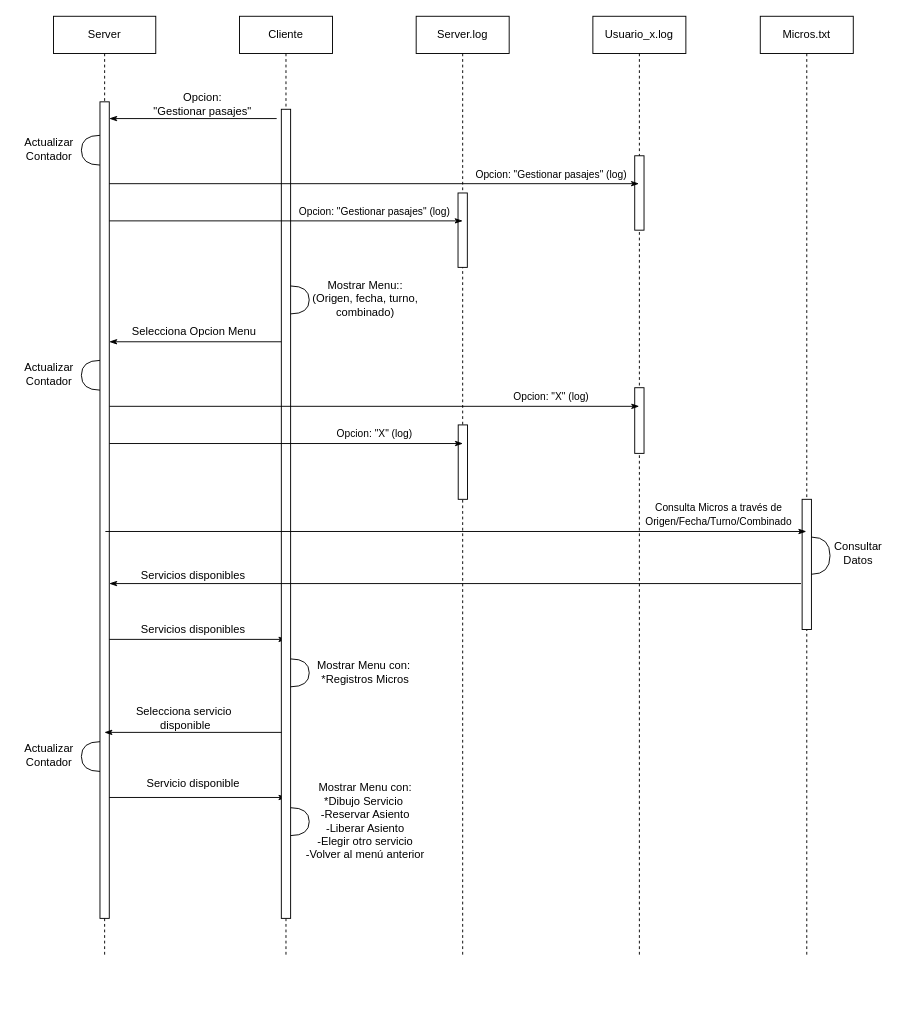
Before: Nico Trezza - Santiago Martinez/Gestionar Pasajes.drawio in sanchezantelo/TP-Redes, a draw.io diagram. Source tidied: cells renumbered, new cells numbered last; positions are measured from the earlier drawing's top-left corner, leaving out a move shared by most shapes. Both pictures are drawn from the tidied source at 93%, with x=0, y=0 at pixel (16, 16).
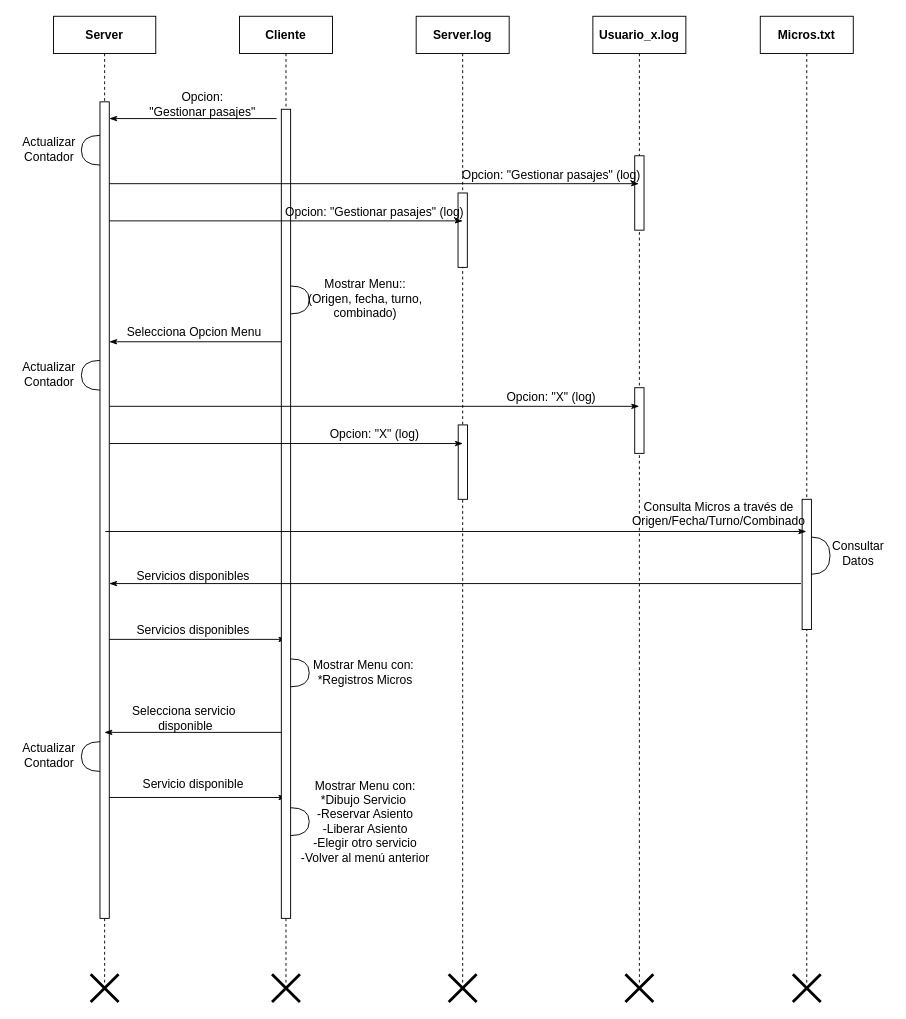
The same diagram, later.

The edit, as a diff of the source:
```diff
@@
-    <mxCell id="2" value="Server" style="shape=umlLifeline;perimeter=lifelinePerimeter;whiteSpace=wrap;html=1;" parent="1" vertex="1">
-      <mxGeometry x="40" width="110" height="1010" as="geometry" />
+    <mxCell id="2" value="Server" style="shape=umlLifeline;perimeter=lifelinePerimeter;whiteSpace=wrap;html=1;fontStyle=1;fontSize=13;" parent="1" vertex="1">
+      <mxGeometry x="40" width="110" height="1040" as="geometry" />
     </mxCell>
-    <mxCell id="3" style="html=1;perimeter=orthogonalPerimeter;rounded=0;shadow=0;comic=0;labelBackgroundColor=none;strokeWidth=1;fontFamily=Verdana;fontSize=12;align=center;" parent="2" vertex="1">
+    <mxCell id="3" style="html=1;perimeter=orthogonalPerimeter;rounded=0;shadow=0;comic=0;labelBackgroundColor=none;strokeWidth=1;fontFamily=Verdana;fontSize=13;align=center;" parent="2" vertex="1">
       <mxGeometry x="50" y="92" width="10" height="878" as="geometry" />
     </mxCell>
-    <mxCell id="4" style="endArrow=none;html=1;rounded=0;startArrow=classicThin;startFill=1;" parent="2" edge="1">
+    <mxCell id="4" style="endArrow=none;html=1;rounded=0;startArrow=classicThin;startFill=1;fontSize=13;" parent="2" edge="1">
       <mxGeometry relative="1" as="geometry">
         <mxPoint x="60" y="350" as="sourcePoint" />
         <mxPoint x="250.5" y="350" as="targetPoint" />
       </mxGeometry>
     </mxCell>
-    <mxCell id="5" style="endArrow=classicThin;html=1;rounded=0;startArrow=none;startFill=0;endFill=1;" parent="2" edge="1">
+    <mxCell id="5" style="endArrow=classicThin;html=1;rounded=0;startArrow=none;startFill=0;endFill=1;fontSize=13;" parent="2" edge="1">
       <mxGeometry relative="1" as="geometry">
         <mxPoint x="60" y="670" as="sourcePoint" />
         <mxPoint x="250.5" y="670" as="targetPoint" />
       </mxGeometry>
     </mxCell>
-    <mxCell id="6" style="endArrow=classicThin;html=1;rounded=0;startArrow=none;startFill=0;endFill=1;" parent="2" edge="1">
+    <mxCell id="6" style="endArrow=classicThin;html=1;rounded=0;startArrow=none;startFill=0;endFill=1;fontSize=13;" parent="2" edge="1">
       <mxGeometry relative="1" as="geometry">
         <mxPoint x="60" y="840" as="sourcePoint" />
         <mxPoint x="250.5" y="840" as="targetPoint" />
       </mxGeometry>
     </mxCell>
-    <mxCell id="7" value="Cliente" style="shape=umlLifeline;perimeter=lifelinePerimeter;whiteSpace=wrap;html=1;" parent="1" vertex="1">
-      <mxGeometry x="240" width="100" height="1010" as="geometry" />
+    <mxCell id="7" value="Cliente" style="shape=umlLifeline;perimeter=lifelinePerimeter;whiteSpace=wrap;html=1;fontStyle=1;fontSize=13;" parent="1" vertex="1">
+      <mxGeometry x="240" width="100" height="1040" as="geometry" />
     </mxCell>
-    <mxCell id="8" style="html=1;perimeter=orthogonalPerimeter;rounded=0;shadow=0;comic=0;labelBackgroundColor=none;strokeWidth=1;fontFamily=Verdana;fontSize=12;align=center;" parent="7" vertex="1">
+    <mxCell id="8" style="html=1;perimeter=orthogonalPerimeter;rounded=0;shadow=0;comic=0;labelBackgroundColor=none;strokeWidth=1;fontFamily=Verdana;fontSize=13;align=center;" parent="7" vertex="1">
       <mxGeometry x="45" y="100" width="10" height="870" as="geometry" />
     </mxCell>
-    <mxCell id="9" style="shape=requiredInterface;html=1;verticalLabelPosition=bottom;rotation=0;" parent="7" vertex="1">
+    <mxCell id="9" style="shape=requiredInterface;html=1;verticalLabelPosition=bottom;rotation=0;fontSize=13;" parent="7" vertex="1">
       <mxGeometry x="55" y="290" width="20" height="30" as="geometry" />
     </mxCell>
-    <mxCell id="10" value="Server.log" style="shape=umlLifeline;perimeter=lifelinePerimeter;whiteSpace=wrap;html=1;" parent="1" vertex="1">
-      <mxGeometry x="430" width="100" height="1010" as="geometry" />
+    <mxCell id="10" value="Server.log" style="shape=umlLifeline;perimeter=lifelinePerimeter;whiteSpace=wrap;html=1;fontStyle=1;fontSize=13;" parent="1" vertex="1">
+      <mxGeometry x="430" width="100" height="1040" as="geometry" />
     </mxCell>
-    <mxCell id="11" style="html=1;perimeter=orthogonalPerimeter;rounded=0;shadow=0;comic=0;labelBackgroundColor=none;strokeWidth=1;fontFamily=Verdana;fontSize=12;align=center;" parent="10" vertex="1">
+    <mxCell id="11" style="html=1;perimeter=orthogonalPerimeter;rounded=0;shadow=0;comic=0;labelBackgroundColor=none;strokeWidth=1;fontFamily=Verdana;fontSize=13;align=center;" parent="10" vertex="1">
       <mxGeometry x="45" y="190" width="10" height="80" as="geometry" />
     </mxCell>
-    <mxCell id="12" style="html=1;perimeter=orthogonalPerimeter;rounded=0;shadow=0;comic=0;labelBackgroundColor=none;strokeWidth=1;fontFamily=Verdana;fontSize=12;align=center;" parent="10" vertex="1">
+    <mxCell id="12" style="html=1;perimeter=orthogonalPerimeter;rounded=0;shadow=0;comic=0;labelBackgroundColor=none;strokeWidth=1;fontFamily=Verdana;fontSize=13;align=center;" parent="10" vertex="1">
       <mxGeometry x="45.2" y="439.4" width="10" height="80" as="geometry" />
     </mxCell>
-    <mxCell id="13" value="Usuario_x.log" style="shape=umlLifeline;perimeter=lifelinePerimeter;whiteSpace=wrap;html=1;" parent="1" vertex="1">
-      <mxGeometry x="620" width="100" height="1010" as="geometry" />
+    <mxCell id="13" value="Usuario_x.log" style="shape=umlLifeline;perimeter=lifelinePerimeter;whiteSpace=wrap;html=1;fontStyle=1;fontSize=13;" parent="1" vertex="1">
+      <mxGeometry x="620" width="100" height="1040" as="geometry" />
     </mxCell>
-    <mxCell id="14" style="html=1;perimeter=orthogonalPerimeter;rounded=0;shadow=0;comic=0;labelBackgroundColor=none;strokeWidth=1;fontFamily=Verdana;fontSize=12;align=center;" parent="13" vertex="1">
+    <mxCell id="14" style="html=1;perimeter=orthogonalPerimeter;rounded=0;shadow=0;comic=0;labelBackgroundColor=none;strokeWidth=1;fontFamily=Verdana;fontSize=13;align=center;" parent="13" vertex="1">
       <mxGeometry x="45" y="150" width="10" height="80" as="geometry" />
     </mxCell>
-    <mxCell id="15" style="html=1;perimeter=orthogonalPerimeter;rounded=0;shadow=0;comic=0;labelBackgroundColor=none;strokeWidth=1;fontFamily=Verdana;fontSize=12;align=center;" parent="13" vertex="1">
+    <mxCell id="15" style="html=1;perimeter=orthogonalPerimeter;rounded=0;shadow=0;comic=0;labelBackgroundColor=none;strokeWidth=1;fontFamily=Verdana;fontSize=13;align=center;" parent="13" vertex="1">
       <mxGeometry x="45" y="399.4" width="10" height="70.6" as="geometry" />
     </mxCell>
-    <mxCell id="16" value="Micros.txt" style="shape=umlLifeline;perimeter=lifelinePerimeter;whiteSpace=wrap;html=1;outlineConnect=0;" parent="1" vertex="1">
-      <mxGeometry x="800" width="100" height="1010" as="geometry" />
+    <mxCell id="16" value="Micros.txt" style="shape=umlLifeline;perimeter=lifelinePerimeter;whiteSpace=wrap;html=1;outlineConnect=0;fontStyle=1;fontSize=13;" parent="1" vertex="1">
+      <mxGeometry x="800" width="100" height="1040" as="geometry" />
     </mxCell>
-    <mxCell id="17" style="html=1;perimeter=orthogonalPerimeter;rounded=0;shadow=0;comic=0;labelBackgroundColor=none;strokeWidth=1;fontFamily=Verdana;fontSize=12;align=center;" parent="16" vertex="1">
+    <mxCell id="17" style="html=1;perimeter=orthogonalPerimeter;rounded=0;shadow=0;comic=0;labelBackgroundColor=none;strokeWidth=1;fontFamily=Verdana;fontSize=13;align=center;" parent="16" vertex="1">
       <mxGeometry x="45" y="519.4" width="10" height="140" as="geometry" />
     </mxCell>
-    <mxCell id="18" style="shape=requiredInterface;html=1;verticalLabelPosition=bottom;rotation=0;" parent="16" vertex="1">
+    <mxCell id="18" style="shape=requiredInterface;html=1;verticalLabelPosition=bottom;rotation=0;fontSize=13;" parent="16" vertex="1">
       <mxGeometry x="55" y="560" width="20" height="40" as="geometry" />
     </mxCell>
-    <mxCell id="19" value="Opcion: &lt;br&gt;&quot;Gestionar pasajes&quot;" style="text;html=1;align=center;verticalAlign=middle;" parent="1" vertex="1">
-      <mxGeometry x="140" y="80" width="120" height="30" as="geometry" />
+    <mxCell id="19" value="Opcion: &lt;br style=&quot;font-size: 13px;&quot;&gt;&quot;Gestionar pasajes&quot;" style="text;html=1;align=center;verticalAlign=middle;fontSize=13;" parent="1" vertex="1">
+      <mxGeometry x="135" y="75" width="130" height="40" as="geometry" />
     </mxCell>
-    <mxCell id="20" style="endArrow=classicThin;html=1;rounded=0;startArrow=none;startFill=0;endFill=1;" parent="1" edge="1">
+    <mxCell id="20" style="endArrow=classicThin;html=1;rounded=0;startArrow=none;startFill=0;endFill=1;fontSize=13;" parent="1" edge="1">
       <mxGeometry relative="1" as="geometry">
         <mxPoint x="100" y="180" as="sourcePoint" />
         <mxPoint x="669.5" y="180" as="targetPoint" />
       </mxGeometry>
     </mxCell>
-    <mxCell id="21" value="&lt;font style=&quot;font-size: 11px&quot;&gt;Opcion:&amp;nbsp;&quot;Gestionar pasajes&quot;&amp;nbsp;(log)&lt;/font&gt;" style="text;html=1;align=center;verticalAlign=middle;" parent="1" vertex="1">
-      <mxGeometry x="485" y="160" width="180" height="20" as="geometry" />
+    <mxCell id="21" value="&lt;font style=&quot;font-size: 13px;&quot;&gt;Opcion:&amp;nbsp;&quot;Gestionar pasajes&quot;&amp;nbsp;(log)&lt;/font&gt;" style="text;html=1;align=center;verticalAlign=middle;fontSize=13;" parent="1" vertex="1">
+      <mxGeometry x="470" y="160" width="210" height="20" as="geometry" />
     </mxCell>
-    <mxCell id="22" style="endArrow=classicThin;html=1;rounded=0;startArrow=none;startFill=0;endFill=1;" parent="1" edge="1">
+    <mxCell id="22" style="endArrow=classicThin;html=1;rounded=0;startArrow=none;startFill=0;endFill=1;fontSize=13;" parent="1" edge="1">
       <mxGeometry relative="1" as="geometry">
         <mxPoint x="100" y="220" as="sourcePoint" />
         <mxPoint x="480" y="220" as="targetPoint" />
       </mxGeometry>
     </mxCell>
-    <mxCell id="23" style="shape=requiredInterface;html=1;verticalLabelPosition=bottom;rotation=-180;" parent="1" vertex="1">
+    <mxCell id="23" style="shape=requiredInterface;html=1;verticalLabelPosition=bottom;rotation=-180;fontSize=13;" parent="1" vertex="1">
       <mxGeometry x="70" y="128" width="20" height="32" as="geometry" />
     </mxCell>
-    <mxCell id="24" value="Actualizar &lt;br&gt;Contador" style="text;html=1;align=center;verticalAlign=middle;" parent="1" vertex="1">
-      <mxGeometry y="128" width="70" height="30" as="geometry" />
+    <mxCell id="24" value="Actualizar &lt;br style=&quot;font-size: 13px;&quot;&gt;Contador" style="text;html=1;align=center;verticalAlign=middle;fontSize=13;" parent="1" vertex="1">
+      <mxGeometry y="123" width="70" height="40" as="geometry" />
     </mxCell>
-    <mxCell id="25" style="endArrow=none;html=1;rounded=0;startArrow=classicThin;startFill=1;" parent="1" edge="1">
+    <mxCell id="25" style="endArrow=none;html=1;rounded=0;startArrow=classicThin;startFill=1;fontSize=13;" parent="1" edge="1">
       <mxGeometry relative="1" as="geometry">
         <mxPoint x="100" y="110" as="sourcePoint" />
         <mxPoint x="280" y="110" as="targetPoint" />
       </mxGeometry>
     </mxCell>
-    <mxCell id="26" value="&lt;font style=&quot;font-size: 11px&quot;&gt;Opcion:&amp;nbsp;&quot;Gestionar pasajes&quot;&amp;nbsp;(log)&lt;/font&gt;" style="text;html=1;align=center;verticalAlign=middle;" parent="1" vertex="1">
-      <mxGeometry x="295" y="200" width="180" height="20" as="geometry" />
+    <mxCell id="26" value="&lt;font style=&quot;font-size: 13px;&quot;&gt;Opcion:&amp;nbsp;&quot;Gestionar pasajes&quot;&amp;nbsp;(log)&lt;/font&gt;" style="text;html=1;align=center;verticalAlign=middle;fontSize=13;" parent="1" vertex="1">
+      <mxGeometry x="280" y="200" width="210" height="20" as="geometry" />
     </mxCell>
-    <mxCell id="27" value="Mostrar Menu::&lt;br&gt;(Origen, fecha, turno, &lt;br&gt;combinado)" style="text;html=1;align=center;verticalAlign=middle;" parent="1" vertex="1">
-      <mxGeometry x="310" y="279" width="130" height="50" as="geometry" />
+    <mxCell id="27" value="Mostrar Menu::&lt;br style=&quot;font-size: 13px;&quot;&gt;(Origen, fecha, turno, &lt;br style=&quot;font-size: 13px;&quot;&gt;combinado)" style="text;html=1;align=center;verticalAlign=middle;fontSize=13;" parent="1" vertex="1">
+      <mxGeometry x="305" y="279" width="140" height="50" as="geometry" />
     </mxCell>
-    <mxCell id="28" value="Selecciona Opcion Menu" style="text;html=1;align=center;verticalAlign=middle;" parent="1" vertex="1">
-      <mxGeometry x="116" y="329" width="150" height="20" as="geometry" />
+    <mxCell id="28" value="Selecciona Opcion Menu" style="text;html=1;align=center;verticalAlign=middle;fontSize=13;" parent="1" vertex="1">
+      <mxGeometry x="111" y="329" width="160" height="20" as="geometry" />
     </mxCell>
-    <mxCell id="29" style="shape=requiredInterface;html=1;verticalLabelPosition=bottom;rotation=-180;" parent="1" vertex="1">
+    <mxCell id="29" style="shape=requiredInterface;html=1;verticalLabelPosition=bottom;rotation=-180;fontSize=13;" parent="1" vertex="1">
       <mxGeometry x="70" y="370" width="20" height="32" as="geometry" />
     </mxCell>
-    <mxCell id="30" value="Actualizar &lt;br&gt;Contador" style="text;html=1;align=center;verticalAlign=middle;" parent="1" vertex="1">
-      <mxGeometry y="370" width="70" height="30" as="geometry" />
+    <mxCell id="30" value="Actualizar &lt;br style=&quot;font-size: 13px;&quot;&gt;Contador" style="text;html=1;align=center;verticalAlign=middle;fontSize=13;" parent="1" vertex="1">
+      <mxGeometry y="365" width="70" height="40" as="geometry" />
     </mxCell>
-    <mxCell id="31" style="endArrow=classicThin;html=1;rounded=0;startArrow=none;startFill=0;endFill=1;" parent="1" edge="1">
+    <mxCell id="31" style="endArrow=classicThin;html=1;rounded=0;startArrow=none;startFill=0;endFill=1;fontSize=13;" parent="1" edge="1">
       <mxGeometry relative="1" as="geometry">
         <mxPoint x="100.2" y="419.4" as="sourcePoint" />
         <mxPoint x="669.8" y="419.4" as="targetPoint" />
       </mxGeometry>
     </mxCell>
-    <mxCell id="32" value="&lt;font style=&quot;font-size: 11px&quot;&gt;Opcion:&amp;nbsp;&quot;X&quot;&amp;nbsp;(log)&lt;/font&gt;" style="text;html=1;align=center;verticalAlign=middle;" parent="1" vertex="1">
-      <mxGeometry x="525.2" y="399.4" width="100" height="20" as="geometry" />
+    <mxCell id="32" value="&lt;font style=&quot;font-size: 13px;&quot;&gt;Opcion:&amp;nbsp;&quot;X&quot;&amp;nbsp;(log)&lt;/font&gt;" style="text;html=1;align=center;verticalAlign=middle;fontSize=13;" parent="1" vertex="1">
+      <mxGeometry x="520.2" y="399.4" width="110" height="20" as="geometry" />
     </mxCell>
-    <mxCell id="33" style="endArrow=classicThin;html=1;rounded=0;startArrow=none;startFill=0;endFill=1;" parent="1" edge="1">
+    <mxCell id="33" style="endArrow=classicThin;html=1;rounded=0;startArrow=none;startFill=0;endFill=1;fontSize=13;" parent="1" edge="1">
       <mxGeometry relative="1" as="geometry">
         <mxPoint x="100.2" y="459.4" as="sourcePoint" />
         <mxPoint x="480.2" y="459.4" as="targetPoint" />
       </mxGeometry>
     </mxCell>
-    <mxCell id="34" value="&lt;font style=&quot;font-size: 11px&quot;&gt;Opcion:&amp;nbsp;&quot;X&quot;&amp;nbsp;(log)&lt;/font&gt;" style="text;html=1;align=center;verticalAlign=middle;" parent="1" vertex="1">
-      <mxGeometry x="335.2" y="439.4" width="100" height="20" as="geometry" />
+    <mxCell id="34" value="&lt;font style=&quot;font-size: 13px;&quot;&gt;Opcion:&amp;nbsp;&quot;X&quot;&amp;nbsp;(log)&lt;/font&gt;" style="text;html=1;align=center;verticalAlign=middle;fontSize=13;" parent="1" vertex="1">
+      <mxGeometry x="330.2" y="439.4" width="110" height="20" as="geometry" />
     </mxCell>
-    <mxCell id="35" style="endArrow=classicThin;html=1;rounded=0;startArrow=none;startFill=0;endFill=1;" parent="1" edge="1" target="16">
+    <mxCell id="35" style="endArrow=classicThin;html=1;rounded=0;startArrow=none;startFill=0;endFill=1;fontSize=13;" parent="1" edge="1" target="16">
       <mxGeometry relative="1" as="geometry">
         <mxPoint x="95.8" y="554" as="sourcePoint" />
       </mxGeometry>
     </mxCell>
-    <mxCell id="36" value="&lt;font style=&quot;font-size: 11px&quot;&gt;Consulta Micros a través de &lt;br&gt;Origen/Fecha/Turno/Combinado&lt;/font&gt;" style="text;html=1;align=center;verticalAlign=middle;" parent="1" vertex="1">
-      <mxGeometry x="670" y="520" width="170" height="30" as="geometry" />
+    <mxCell id="36" value="&lt;font style=&quot;font-size: 13px;&quot;&gt;Consulta Micros a través de &lt;br style=&quot;font-size: 13px;&quot;&gt;Origen/Fecha/Turno/Combinado&lt;/font&gt;" style="text;html=1;align=center;verticalAlign=middle;fontSize=13;" parent="1" vertex="1">
+      <mxGeometry x="655" y="515" width="200" height="40" as="geometry" />
     </mxCell>
-    <mxCell id="37" value="Consultar &lt;br&gt;Datos" style="text;html=1;align=center;verticalAlign=middle;" parent="1" vertex="1">
-      <mxGeometry x="870" y="562" width="70" height="30" as="geometry" />
+    <mxCell id="37" value="Consultar &lt;br style=&quot;font-size: 13px;&quot;&gt;Datos" style="text;html=1;align=center;verticalAlign=middle;fontSize=13;" parent="1" vertex="1">
+      <mxGeometry x="870" y="557" width="70" height="40" as="geometry" />
     </mxCell>
-    <mxCell id="38" style="endArrow=none;html=1;rounded=0;startArrow=classicThin;startFill=1;endFill=0;" parent="1" edge="1">
+    <mxCell id="38" style="endArrow=none;html=1;rounded=0;startArrow=classicThin;startFill=1;endFill=0;fontSize=13;" parent="1" edge="1">
       <mxGeometry relative="1" as="geometry">
         <mxPoint x="100" y="610" as="sourcePoint" />
         <mxPoint x="843.8" y="610" as="targetPoint" />
       </mxGeometry>
     </mxCell>
-    <mxCell id="39" value="Servicios disponibles" style="text;html=1;align=center;verticalAlign=middle;" parent="1" vertex="1">
-      <mxGeometry x="125" y="592" width="130" height="20" as="geometry" />
+    <mxCell id="39" value="Servicios disponibles" style="text;html=1;align=center;verticalAlign=middle;fontSize=13;" parent="1" vertex="1">
+      <mxGeometry x="120" y="592" width="140" height="20" as="geometry" />
     </mxCell>
-    <mxCell id="40" value="Servicios disponibles" style="text;html=1;align=center;verticalAlign=middle;" parent="1" vertex="1">
-      <mxGeometry x="125" y="650" width="130" height="20" as="geometry" />
+    <mxCell id="40" value="Servicios disponibles" style="text;html=1;align=center;verticalAlign=middle;fontSize=13;" parent="1" vertex="1">
+      <mxGeometry x="120" y="650" width="140" height="20" as="geometry" />
     </mxCell>
-    <mxCell id="41" style="shape=requiredInterface;html=1;verticalLabelPosition=bottom;rotation=0;" parent="1" vertex="1">
+    <mxCell id="41" style="shape=requiredInterface;html=1;verticalLabelPosition=bottom;rotation=0;fontSize=13;" parent="1" vertex="1">
       <mxGeometry x="295" y="691" width="20" height="30" as="geometry" />
     </mxCell>
-    <mxCell id="42" value="Mostrar Menu con:&amp;nbsp;&lt;br&gt;*Registros Micros" style="text;html=1;align=center;verticalAlign=middle;" parent="1" vertex="1">
-      <mxGeometry x="315" y="690" width="120" height="30" as="geometry" />
+    <mxCell id="42" value="Mostrar Menu con:&amp;nbsp;&lt;br style=&quot;font-size: 13px;&quot;&gt;*Registros Micros" style="text;html=1;align=center;verticalAlign=middle;fontSize=13;" parent="1" vertex="1">
+      <mxGeometry x="310" y="685" width="130" height="40" as="geometry" />
     </mxCell>
-    <mxCell id="43" style="endArrow=none;html=1;rounded=0;startArrow=classicThin;startFill=1;" parent="1" edge="1">
+    <mxCell id="43" style="endArrow=none;html=1;rounded=0;startArrow=classicThin;startFill=1;fontSize=13;" parent="1" edge="1">
       <mxGeometry relative="1" as="geometry">
         <mxPoint x="94.8" y="770" as="sourcePoint" />
         <mxPoint x="285.2" y="770" as="targetPoint" />
       </mxGeometry>
     </mxCell>
-    <mxCell id="44" value="Selecciona servicio&lt;br&gt;&amp;nbsp;disponible" style="text;html=1;align=center;verticalAlign=middle;" parent="1" vertex="1">
-      <mxGeometry x="120" y="740" width="120" height="30" as="geometry" />
+    <mxCell id="44" value="Selecciona servicio&lt;br style=&quot;font-size: 13px;&quot;&gt;&amp;nbsp;disponible" style="text;html=1;align=center;verticalAlign=middle;fontSize=13;" parent="1" vertex="1">
+      <mxGeometry x="115" y="735" width="130" height="40" as="geometry" />
     </mxCell>
-    <mxCell id="45" style="shape=requiredInterface;html=1;verticalLabelPosition=bottom;rotation=-180;" parent="1" vertex="1">
+    <mxCell id="45" style="shape=requiredInterface;html=1;verticalLabelPosition=bottom;rotation=-180;fontSize=13;" parent="1" vertex="1">
       <mxGeometry x="70" y="780" width="20" height="32" as="geometry" />
     </mxCell>
-    <mxCell id="46" value="Actualizar &lt;br&gt;Contador" style="text;html=1;align=center;verticalAlign=middle;" parent="1" vertex="1">
-      <mxGeometry y="780" width="70" height="30" as="geometry" />
+    <mxCell id="46" value="Actualizar &lt;br style=&quot;font-size: 13px;&quot;&gt;Contador" style="text;html=1;align=center;verticalAlign=middle;fontSize=13;" parent="1" vertex="1">
+      <mxGeometry y="775" width="70" height="40" as="geometry" />
     </mxCell>
-    <mxCell id="47" value="Servicio disponible" style="text;html=1;align=center;verticalAlign=middle;" parent="1" vertex="1">
+    <mxCell id="47" value="Servicio disponible" style="text;html=1;align=center;verticalAlign=middle;fontSize=13;" parent="1" vertex="1">
       <mxGeometry x="130" y="815" width="120" height="20" as="geometry" />
     </mxCell>
-    <mxCell id="48" style="shape=requiredInterface;html=1;verticalLabelPosition=bottom;rotation=0;" parent="1" vertex="1">
+    <mxCell id="48" style="shape=requiredInterface;html=1;verticalLabelPosition=bottom;rotation=0;fontSize=13;" parent="1" vertex="1">
       <mxGeometry x="295" y="851" width="20" height="30" as="geometry" />
     </mxCell>
-    <mxCell id="49" value="Mostrar Menu con:&lt;br&gt;*Dibujo Servicio&amp;nbsp;&lt;br&gt;-Reservar Asiento&lt;br&gt;-Liberar Asiento&lt;br&gt;-Elegir otro servicio&lt;br&gt;-Volver al menú anterior" style="text;html=1;align=center;verticalAlign=middle;" parent="1" vertex="1">
-      <mxGeometry x="305" y="821" width="140" height="90" as="geometry" />
+    <mxCell id="49" value="Mostrar Menu con:&lt;br style=&quot;font-size: 13px;&quot;&gt;*Dibujo Servicio&amp;nbsp;&lt;br style=&quot;font-size: 13px;&quot;&gt;-Reservar Asiento&lt;br style=&quot;font-size: 13px;&quot;&gt;-Liberar Asiento&lt;br style=&quot;font-size: 13px;&quot;&gt;-Elegir otro servicio&lt;br style=&quot;font-size: 13px;&quot;&gt;-Volver al menú anterior" style="text;html=1;align=center;verticalAlign=middle;fontSize=13;" parent="1" vertex="1">
+      <mxGeometry x="300" y="816" width="150" height="100" as="geometry" />
     </mxCell>
+    <mxCell id="50" style="shape=umlDestroy;whiteSpace=wrap;html=1;strokeWidth=3;fontSize=13;" parent="1" vertex="1">
+      <mxGeometry x="80" y="1030" width="30" height="30" as="geometry" />
+    </mxCell>
+    <mxCell id="51" style="shape=umlDestroy;whiteSpace=wrap;html=1;strokeWidth=3;fontSize=13;" parent="1" vertex="1">
+      <mxGeometry x="275" y="1030" width="30" height="30" as="geometry" />
+    </mxCell>
+    <mxCell id="52" style="shape=umlDestroy;whiteSpace=wrap;html=1;strokeWidth=3;fontSize=13;" parent="1" vertex="1">
+      <mxGeometry x="465" y="1030" width="30" height="30" as="geometry" />
+    </mxCell>
+    <mxCell id="53" style="shape=umlDestroy;whiteSpace=wrap;html=1;strokeWidth=3;fontSize=13;" parent="1" vertex="1">
+      <mxGeometry x="655" y="1030" width="30" height="30" as="geometry" />
+    </mxCell>
+    <mxCell id="54" style="shape=umlDestroy;whiteSpace=wrap;html=1;strokeWidth=3;fontSize=13;" parent="1" vertex="1">
+      <mxGeometry x="835" y="1030" width="30" height="30" as="geometry" />
+    </mxCell>
```
